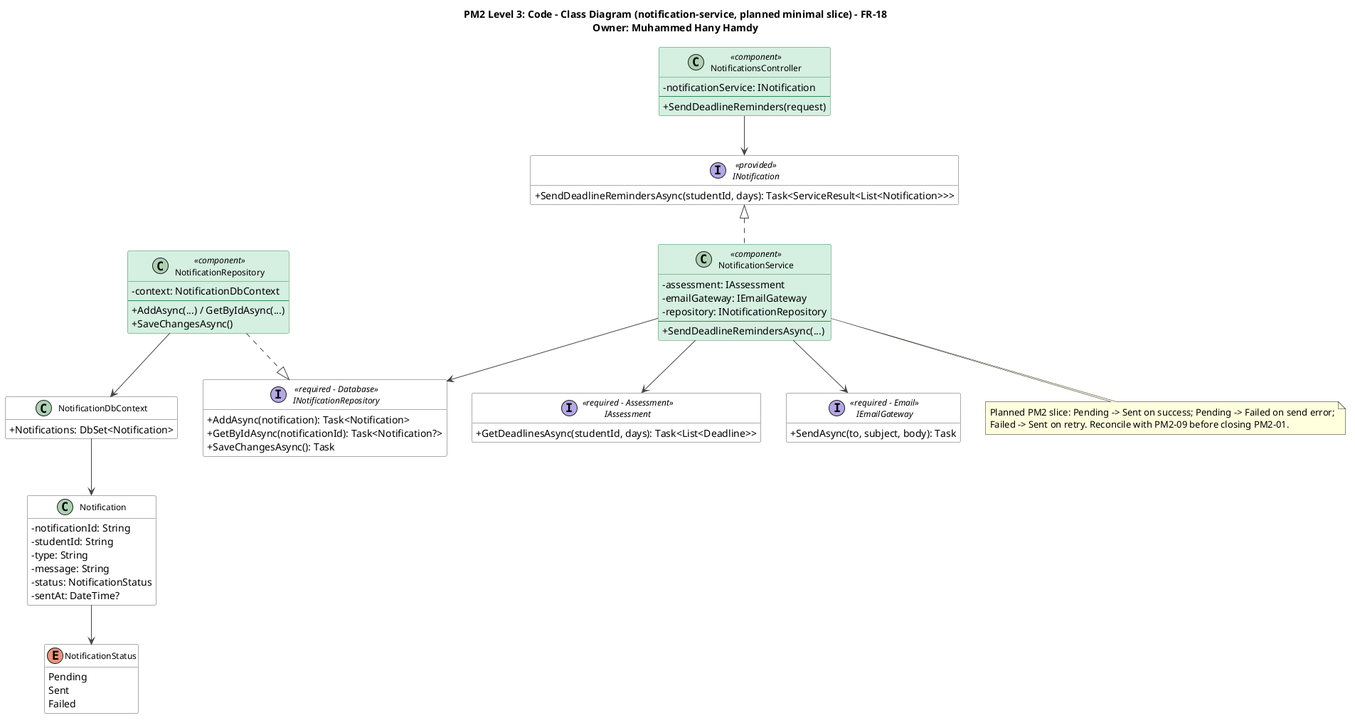
Earlier version of the PlantUML export docs/PM2/Part A — Design/Class Diagram/notification-service.png (AIU-SoftWave/Aspirra).
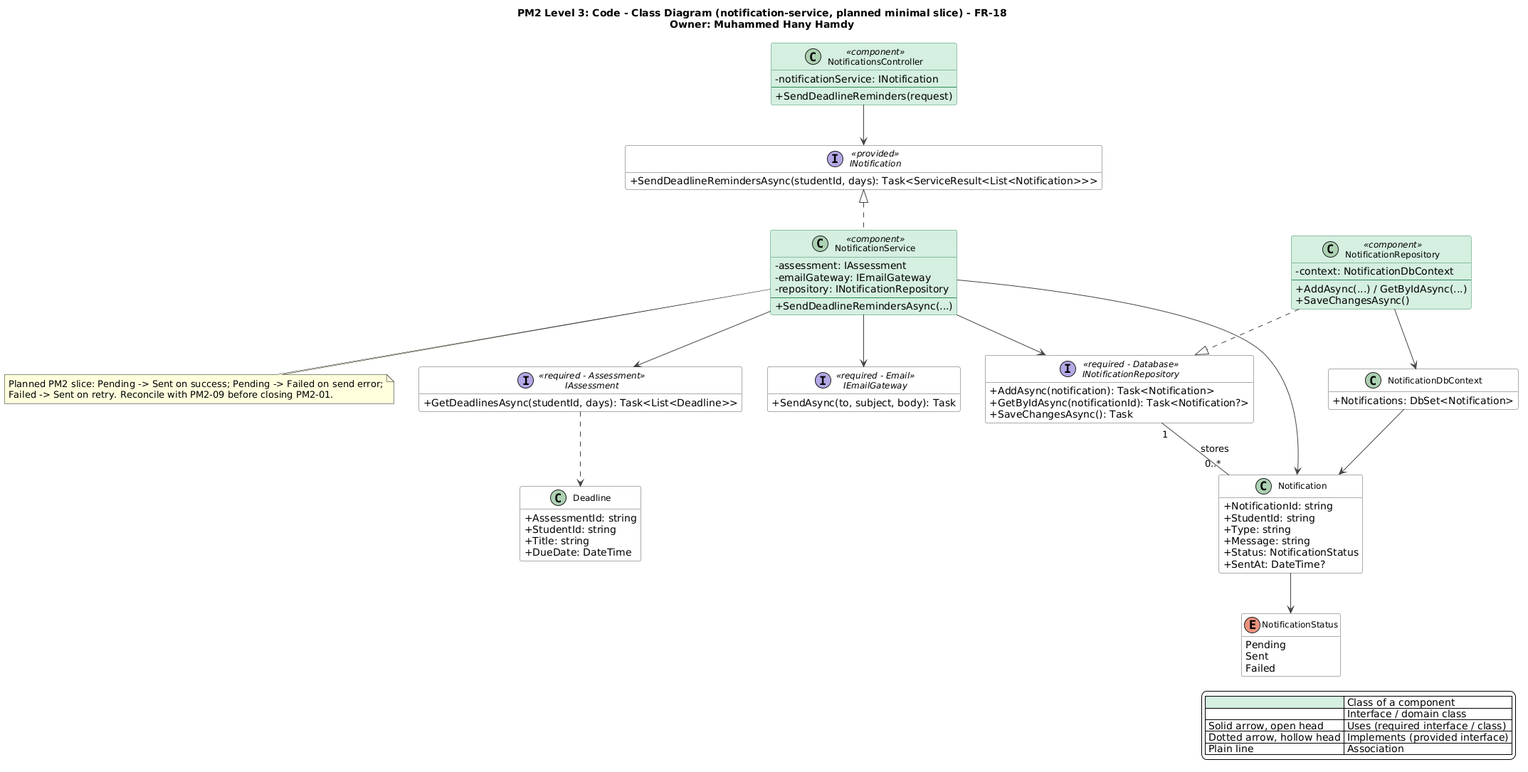
After the change.

What changed in the source:
```diff
@@ -20,6 +20,14 @@
   BorderColor #555555
 }
 hide empty members
+
+legend right
+  |<#D5EFE0>   | Class of a component |
+  |<#FFFFFF>   | Interface / domain class |
+  | Solid arrow, open head | Uses (required interface / class) |
+  | Dotted arrow, hollow head | Implements (provided interface) |
+  | Plain line | Association |
+endlegend
 
 interface INotification <<provided>> {
   +SendDeadlineRemindersAsync(studentId, days): Task<ServiceResult<List<Notification>>>
@@ -65,12 +73,19 @@
 }
 
 class Notification {
-  -notificationId: String
-  -studentId: String
-  -type: String
-  -message: String
-  -status: NotificationStatus
-  -sentAt: DateTime?
+  +NotificationId: string
+  +StudentId: string
+  +Type: string
+  +Message: string
+  +Status: NotificationStatus
+  +SentAt: DateTime?
+}
+
+class Deadline {
+  +AssessmentId: string
+  +StudentId: string
+  +Title: string
+  +DueDate: DateTime
 }
 
 enum NotificationStatus {
@@ -84,6 +99,9 @@
 NotificationService --> IAssessment
 NotificationService --> IEmailGateway
 NotificationService --> INotificationRepository
+NotificationService --> Notification
+IAssessment ..> Deadline
+INotificationRepository "1" -- "0..*" Notification : stores
 NotificationRepository ..|> INotificationRepository
 NotificationRepository --> NotificationDbContext
 NotificationDbContext --> Notification
```
